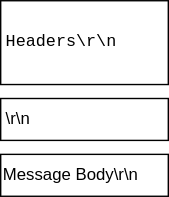
Before: docs/notes/img/1.1-4.drawio.svg, a diagram exported from draw.io (Greg-T8/eJPT). Source tidied: cells renumbered, new cells last; positions are measured from the earlier drawing's top-left corner, leaving out a move shared by most shapes.
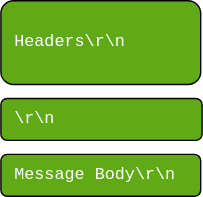
The same diagram one commit later.

Commit message:
Updated notes on web applications

Diff of the diagram source:
```diff
@@ -2,14 +2,14 @@
   <root>
     <mxCell id="0" />
     <mxCell id="1" parent="0" />
-    <mxCell id="2" value="Headers\r\n" style="rounded=0;whiteSpace=wrap;html=1;align=left;spacing=4;fontFamily=Courier New;" parent="1" vertex="1">
-      <mxGeometry width="120" height="60" as="geometry" />
+    <mxCell id="2" value="Headers\r\n" style="rounded=1;whiteSpace=wrap;html=1;align=left;spacing=10;fontFamily=Courier New;labelBackgroundColor=none;fillColor=#60a917;strokeColor=#000000;fontColor=#ffffff;" parent="1" vertex="1">
+      <mxGeometry width="143" height="60" as="geometry" />
     </mxCell>
-    <mxCell id="3" value="\r\n" style="rounded=0;whiteSpace=wrap;html=1;align=left;spacing=4;" parent="1" vertex="1">
-      <mxGeometry y="70" width="120" height="30" as="geometry" />
+    <mxCell id="3" value="\r\n" style="rounded=1;whiteSpace=wrap;html=1;align=left;spacing=10;fontFamily=Courier New;fillColor=#60a917;strokeColor=#000000;fontColor=#ffffff;labelBackgroundColor=none;" parent="1" vertex="1">
+      <mxGeometry y="70" width="144" height="30" as="geometry" />
     </mxCell>
-    <mxCell id="4" value="Message Body\r\n" style="rounded=0;whiteSpace=wrap;html=1;align=left;" parent="1" vertex="1">
-      <mxGeometry y="110" width="120" height="30" as="geometry" />
+    <mxCell id="4" value="Message Body\r\n" style="rounded=1;whiteSpace=wrap;html=1;align=left;fontFamily=Courier New;fillColor=#60a917;strokeColor=#000000;fontColor=#ffffff;spacing=10;labelBackgroundColor=none;" parent="1" vertex="1">
+      <mxGeometry y="110" width="143" height="30" as="geometry" />
     </mxCell>
   </root>
 </mxGraphModel>
```
